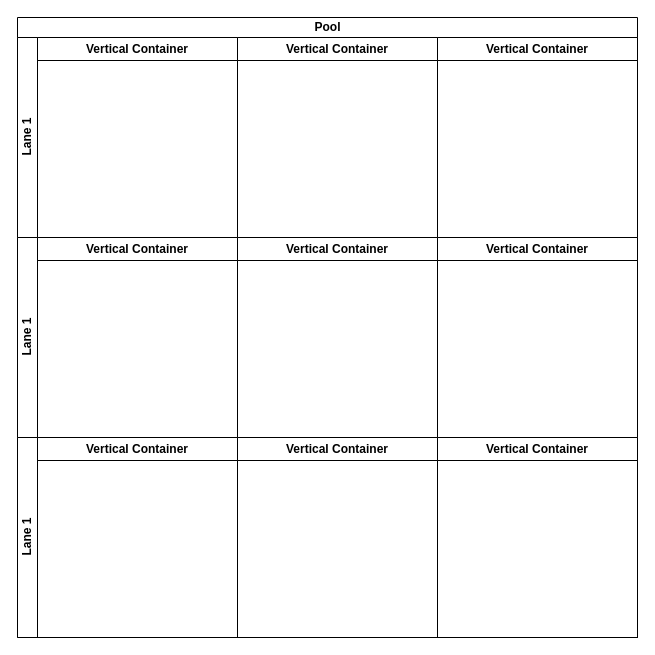
Above: 设计相关/标准化&工艺管理方案.drawio in DemonHan/KuickBuy (draw.io), before the change. Source tidied: cells renumbered, new cells numbered last; positions are measured from the earlier drawing's top-left corner, leaving out a move shared by most shapes. Both pictures are drawn from the tidied source at 100%, with x=0, y=0 at pixel (17, 17).
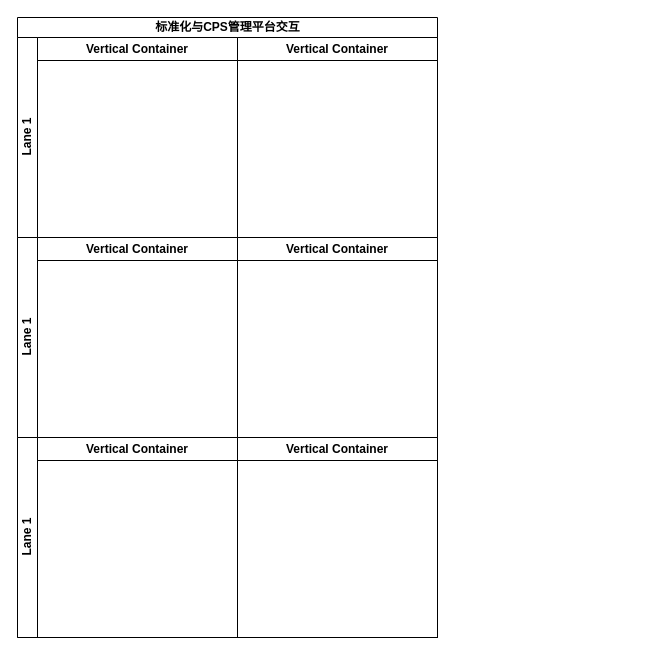
After the change.

Commit message (it also covers changes not shown here):
更新标准化&工艺管理方案.drawio

Diff of the diagram source:
```diff
@@
 <mxGraphModel>
   <root>
     <mxCell id="0" />
     <mxCell id="1" parent="0" />
-    <mxCell id="2" value="Pool" style="swimlane;horizontal=1;startSize=20;html=1;" parent="1" vertex="1">
-      <mxGeometry width="620" height="620" as="geometry" />
+    <mxCell id="2" value="标准化与CPS管理平台交互" style="swimlane;horizontal=1;startSize=20;html=1;" parent="1" vertex="1">
+      <mxGeometry width="420" height="620" as="geometry" />
     </mxCell>
     <mxCell id="3" value="Lane 1" style="swimlane;startSize=20;horizontal=0;html=1;" parent="2" vertex="1">
-      <mxGeometry y="20" width="620" height="200" as="geometry" />
+      <mxGeometry y="20" width="420" height="200" as="geometry" />
     </mxCell>
     <mxCell id="4" value="Vertical Container" style="swimlane;whiteSpace=wrap;html=1;" parent="3" vertex="1">
       <mxGeometry x="20" width="200" height="200" as="geometry" />
     </mxCell>
     <mxCell id="5" value="Vertical Container" style="swimlane;whiteSpace=wrap;html=1;" parent="3" vertex="1">
       <mxGeometry x="220" width="200" height="200" as="geometry" />
     </mxCell>
-    <mxCell id="6" value="Vertical Container" style="swimlane;whiteSpace=wrap;html=1;" parent="3" vertex="1">
-      <mxGeometry x="420" width="200" height="200" as="geometry" />
-    </mxCell>
     <mxCell id="7" value="Lane 1" style="swimlane;startSize=20;horizontal=0;html=1;" parent="2" vertex="1">
-      <mxGeometry y="220" width="620" height="200" as="geometry" />
+      <mxGeometry y="220" width="420" height="200" as="geometry" />
     </mxCell>
     <mxCell id="8" value="Vertical Container" style="swimlane;whiteSpace=wrap;html=1;" parent="7" vertex="1">
       <mxGeometry x="20" width="200" height="200" as="geometry" />
     </mxCell>
     <mxCell id="9" value="Vertical Container" style="swimlane;whiteSpace=wrap;html=1;" parent="7" vertex="1">
       <mxGeometry x="220" width="200" height="200" as="geometry" />
     </mxCell>
-    <mxCell id="10" value="Vertical Container" style="swimlane;whiteSpace=wrap;html=1;" parent="7" vertex="1">
-      <mxGeometry x="420" width="200" height="200" as="geometry" />
-    </mxCell>
     <mxCell id="11" value="Lane 1" style="swimlane;startSize=20;horizontal=0;html=1;" parent="2" vertex="1">
-      <mxGeometry y="420" width="620" height="200" as="geometry" />
+      <mxGeometry y="420" width="420" height="200" as="geometry" />
     </mxCell>
     <mxCell id="12" value="Vertical Container" style="swimlane;whiteSpace=wrap;html=1;" parent="11" vertex="1">
       <mxGeometry x="20" width="200" height="200" as="geometry" />
     </mxCell>
     <mxCell id="13" value="Vertical Container" style="swimlane;whiteSpace=wrap;html=1;" parent="11" vertex="1">
       <mxGeometry x="220" width="200" height="200" as="geometry" />
     </mxCell>
-    <mxCell id="14" value="Vertical Container" style="swimlane;whiteSpace=wrap;html=1;" parent="11" vertex="1">
-      <mxGeometry x="420" width="200" height="200" as="geometry" />
-    </mxCell>
   </root>
 </mxGraphModel>
```
